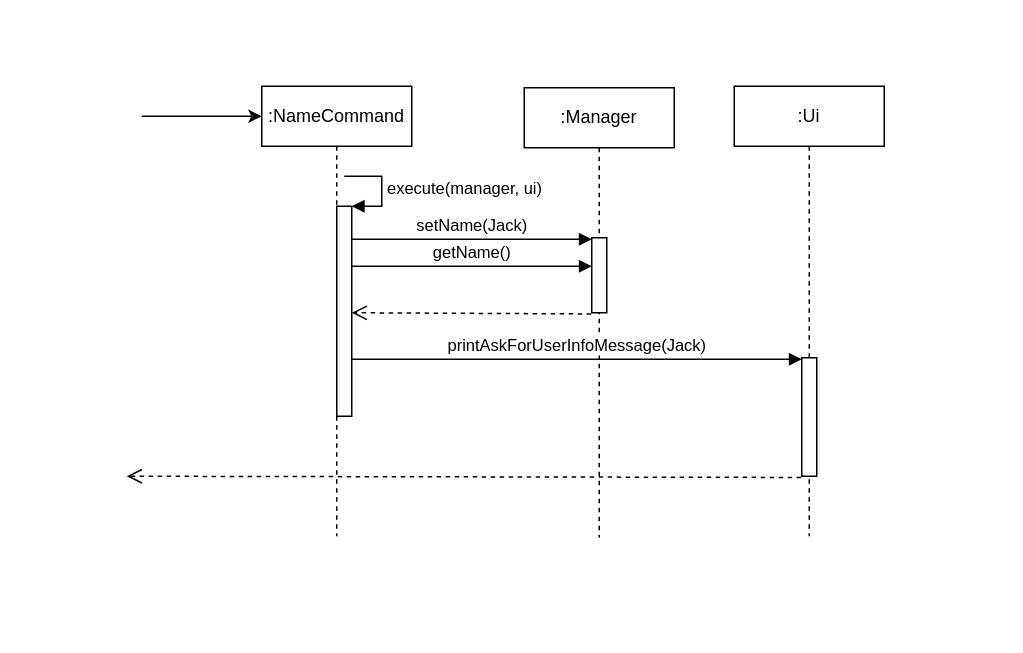
The draw.io diagram docs/diagrams/Name sequence diagram.drawio in nus-cs2113-AY2021S1/tp, before the edit. Source tidied: cells renumbered, new cells numbered last; positions are measured from the earlier drawing's top-left corner, leaving out a move shared by most shapes. Both pictures are drawn from the tidied source at 150%, with x=0, y=0 at pixel (126, 86).
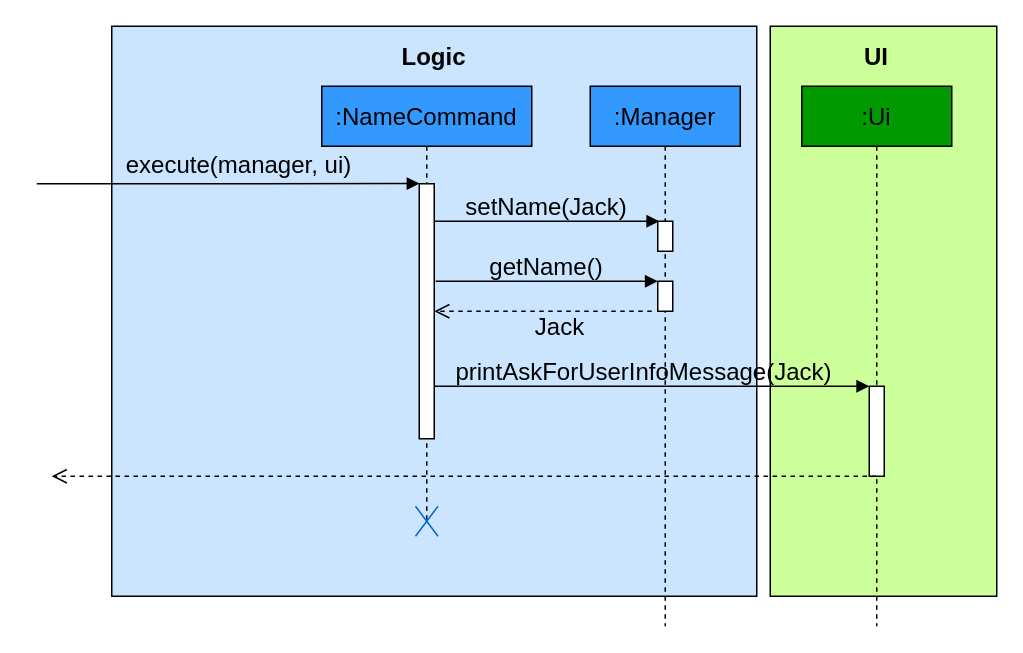
The same diagram, later.

Change to the diagram source:
```diff
@@
+    <mxCell id="15" style="rounded=0;whiteSpace=wrap;html=1;fillColor=#CCFF99;" parent="1" vertex="1">
+      <mxGeometry x="429" y="-40" width="151" height="380" as="geometry" />
+    </mxCell>
+    <mxCell id="16" style="rounded=0;whiteSpace=wrap;html=1;fillColor=#CCE5FF;" parent="1" vertex="1">
+      <mxGeometry x="-10" y="-40" width="430" height="380" as="geometry" />
+    </mxCell>
-    <mxCell id="2" value=":NameCommand" style="shape=umlLifeline;perimeter=lifelinePerimeter;whiteSpace=wrap;html=1;" parent="1" vertex="1">
-      <mxGeometry x="90" width="100" height="300" as="geometry" />
+    <mxCell id="2" value=":NameCommand" style="shape=umlLifeline;perimeter=lifelinePerimeter;whiteSpace=wrap;html=1;fontSize=16;fillColor=#3399FF;" parent="1" vertex="1">
+      <mxGeometry x="130" width="140" height="290" as="geometry" />
     </mxCell>
-    <mxCell id="3" style="html=1;points=[];perimeter=orthogonalPerimeter;" parent="2" vertex="1">
-      <mxGeometry x="50" y="80" width="10" height="140" as="geometry" />
-    </mxCell>
-    <mxCell id="4" value="execute(manager, ui)" style="edgeStyle=orthogonalEdgeStyle;html=1;align=left;spacingLeft=2;endArrow=block;rounded=0;entryX=1;entryY=0;" parent="2" edge="1" target="3">
-      <mxGeometry relative="1" as="geometry">
-        <mxPoint x="55" y="60" as="sourcePoint" />
-        <Array as="points">
-          <mxPoint x="80" y="60" />
-        </Array>
-      </mxGeometry>
-    </mxCell>
+    <mxCell id="17" style="html=1;points=[];perimeter=orthogonalPerimeter;" parent="2" vertex="1">
+      <mxGeometry x="65" y="65" width="10" height="170" as="geometry" />
+    </mxCell>
+    <mxCell id="18" style="shape=umlDestroy;strokeColor=#0066CC;fillColor=#3399FF;" parent="2" vertex="1">
+      <mxGeometry x="62.5" y="280" width="15" height="20" as="geometry" />
+    </mxCell>
-    <mxCell id="5" value=":Manager" style="shape=umlLifeline;perimeter=lifelinePerimeter;whiteSpace=wrap;html=1;" parent="1" vertex="1">
-      <mxGeometry x="265" y="1" width="100" height="300" as="geometry" />
+    <mxCell id="5" value="&lt;font style=&quot;font-size: 16px&quot;&gt;:Manager&lt;/font&gt;" style="shape=umlLifeline;perimeter=lifelinePerimeter;whiteSpace=wrap;html=1;fillColor=#3399FF;" parent="1" vertex="1">
+      <mxGeometry x="309" width="100" height="360" as="geometry" />
     </mxCell>
     <mxCell id="6" style="html=1;perimeter=orthogonalPerimeter;" parent="5" vertex="1">
-      <mxGeometry x="45" y="100" width="10" height="50" as="geometry" />
+      <mxGeometry x="45" y="90" width="10" height="20" as="geometry" />
     </mxCell>
+    <mxCell id="19" style="html=1;points=[];perimeter=orthogonalPerimeter;" parent="5" vertex="1">
+      <mxGeometry x="45" y="130" width="10" height="20" as="geometry" />
+    </mxCell>
-    <mxCell id="7" value="setName(Jack)" style="html=1;verticalAlign=bottom;endArrow=block;" parent="1" edge="1">
+    <mxCell id="7" style="html=1;verticalAlign=bottom;endArrow=block;" parent="1" edge="1">
       <mxGeometry relative="1" as="geometry">
-        <mxPoint x="150" y="102" as="sourcePoint" />
-        <mxPoint x="310" y="102" as="targetPoint" />
+        <mxPoint x="205" y="90" as="sourcePoint" />
+        <mxPoint x="355" y="90" as="targetPoint" />
       </mxGeometry>
     </mxCell>
-    <mxCell id="8" value="printAskForUserInfoMessage(Jack)" style="html=1;verticalAlign=bottom;endArrow=block;" parent="1" edge="1">
-      <mxGeometry relative="1" as="geometry">
-        <mxPoint x="150" y="182" as="sourcePoint" />
-        <mxPoint x="450" y="182" as="targetPoint" />
-      </mxGeometry>
+    <mxCell id="8" style="html=1;verticalAlign=bottom;endArrow=block;" parent="1" edge="1" source="17" target="10">
+      <mxGeometry relative="1" as="geometry" />
     </mxCell>
-    <mxCell id="9" value=":Ui" style="shape=umlLifeline;perimeter=lifelinePerimeter;whiteSpace=wrap;html=1;outlineConnect=0;" parent="1" vertex="1">
-      <mxGeometry x="405" width="100" height="300" as="geometry" />
+    <mxCell id="9" value="&lt;font style=&quot;font-size: 16px&quot;&gt;:Ui&lt;/font&gt;" style="shape=umlLifeline;perimeter=lifelinePerimeter;whiteSpace=wrap;html=1;outlineConnect=0;fillColor=#009900;" parent="1" vertex="1">
+      <mxGeometry x="450" width="100" height="360" as="geometry" />
     </mxCell>
     <mxCell id="10" style="html=1;points=[];perimeter=orthogonalPerimeter;" parent="9" vertex="1">
-      <mxGeometry x="45" y="181" width="10" height="79" as="geometry" />
+      <mxGeometry x="45" y="200" width="10" height="60" as="geometry" />
     </mxCell>
-    <mxCell id="11" value="getName()" style="html=1;verticalAlign=bottom;endArrow=block;" parent="1" edge="1">
+    <mxCell id="11" style="html=1;verticalAlign=bottom;endArrow=block;" parent="1" edge="1" target="19">
       <mxGeometry relative="1" as="geometry">
-        <mxPoint x="150" y="120" as="sourcePoint" />
-        <mxPoint x="310" y="120" as="targetPoint" />
+        <mxPoint x="206" y="130" as="sourcePoint" />
       </mxGeometry>
     </mxCell>
-    <mxCell id="12" style="html=1;verticalAlign=bottom;endArrow=open;dashed=1;endSize=8;exitX=-0.04;exitY=0.796;exitDx=0;exitDy=0;exitPerimeter=0;" parent="1" edge="1">
+    <mxCell id="12" style="html=1;verticalAlign=bottom;endArrow=open;dashed=1;endSize=8;" parent="1" edge="1" target="17">
       <mxGeometry relative="1" as="geometry">
-        <mxPoint x="309.6" y="151.8" as="sourcePoint" />
-        <mxPoint x="150" y="151" as="targetPoint" />
+        <mxPoint x="350" y="150" as="sourcePoint" />
       </mxGeometry>
     </mxCell>
-    <mxCell id="13" style="html=1;verticalAlign=bottom;endArrow=open;dashed=1;endSize=8;exitX=-0.04;exitY=0.796;exitDx=0;exitDy=0;exitPerimeter=0;" parent="1" edge="1">
+    <mxCell id="13" style="html=1;verticalAlign=bottom;endArrow=open;dashed=1;endSize=8;" parent="1" edge="1" source="9">
       <mxGeometry relative="1" as="geometry">
-        <mxPoint x="449.6" y="260.8" as="sourcePoint" />
-        <mxPoint y="260" as="targetPoint" />
+        <mxPoint x="-50" y="260" as="targetPoint" />
       </mxGeometry>
     </mxCell>
-    <mxCell id="14" style="endArrow=classic;html=1;" parent="1" edge="1">
-      <mxGeometry relative="1" as="geometry">
-        <mxPoint x="10" y="20" as="sourcePoint" />
-        <mxPoint x="90" y="20" as="targetPoint" />
-        <Array as="points">
-          <mxPoint x="10" y="20" />
-        </Array>
-      </mxGeometry>
-    </mxCell>
+    <mxCell id="20" style="html=1;verticalAlign=bottom;endArrow=block;entryX=0.02;entryY=0.029;entryDx=0;entryDy=0;entryPerimeter=0;" parent="1" edge="1">
+      <mxGeometry x="-0.22" y="15" relative="1" as="geometry">
+        <mxPoint x="-60" y="65" as="sourcePoint" />
+        <mxPoint x="195.2" y="64.9" as="targetPoint" />
+      </mxGeometry>
+    </mxCell>
+    <mxCell id="21" value="&lt;font style=&quot;font-size: 16px&quot;&gt;Jack&lt;/font&gt;" style="text;html=1;strokeColor=none;fillColor=none;align=center;verticalAlign=middle;whiteSpace=wrap;rounded=0;" parent="1" vertex="1">
+      <mxGeometry x="269" y="150" width="40" height="20" as="geometry" />
+    </mxCell>
+    <mxCell id="22" value="&lt;font style=&quot;font-size: 16px&quot;&gt;&lt;b&gt;Logic&lt;/b&gt;&lt;/font&gt;" style="text;html=1;strokeColor=none;fillColor=none;align=center;verticalAlign=middle;whiteSpace=wrap;rounded=0;" parent="1" vertex="1">
+      <mxGeometry x="185" y="-30" width="40" height="20" as="geometry" />
+    </mxCell>
+    <mxCell id="23" value="&lt;span style=&quot;font-size: 16px&quot;&gt;&lt;b&gt;UI&lt;/b&gt;&lt;/span&gt;" style="text;html=1;strokeColor=none;fillColor=none;align=center;verticalAlign=middle;whiteSpace=wrap;rounded=0;" parent="1" vertex="1">
+      <mxGeometry x="480" y="-30" width="40" height="20" as="geometry" />
+    </mxCell>
+    <mxCell id="4" value="&lt;font style=&quot;font-size: 16px&quot;&gt;execute(manager, ui)&lt;/font&gt;" style="text;html=1;strokeColor=none;fillColor=none;align=center;verticalAlign=middle;whiteSpace=wrap;rounded=0;" parent="1" vertex="1">
+      <mxGeometry x="-20" y="42" width="190" height="20" as="geometry" />
+    </mxCell>
+    <mxCell id="24" value="&lt;font style=&quot;font-size: 16px&quot;&gt;setName(Jack)&lt;/font&gt;" style="text;html=1;strokeColor=none;fillColor=none;align=center;verticalAlign=middle;whiteSpace=wrap;rounded=0;" parent="1" vertex="1">
+      <mxGeometry x="225" y="70" width="110" height="20" as="geometry" />
+    </mxCell>
+    <mxCell id="25" value="&lt;font style=&quot;font-size: 16px&quot;&gt;getName()&lt;/font&gt;" style="text;html=1;strokeColor=none;fillColor=none;align=center;verticalAlign=middle;whiteSpace=wrap;rounded=0;" parent="1" vertex="1">
+      <mxGeometry x="240" y="110" width="80" height="20" as="geometry" />
+    </mxCell>
+    <mxCell id="26" value="&lt;font style=&quot;font-size: 16px&quot;&gt;printAskForUserInfoMessage(Jack)&lt;/font&gt;" style="text;html=1;strokeColor=none;fillColor=none;align=center;verticalAlign=middle;whiteSpace=wrap;rounded=0;" parent="1" vertex="1">
+      <mxGeometry x="210" y="180" width="270" height="20" as="geometry" />
+    </mxCell>
```
